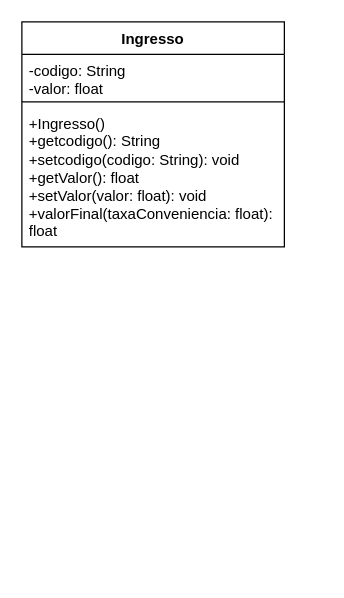
This is Reposicao1(Heranca_Poli)/Exercicio1_Ingresso/Exercicio1_Ingresso.drawio from Pedrh/POO, a draw.io file, before an edit. Source tidied: cells renumbered, new cells numbered last; positions are measured from the earlier drawing's top-left corner, leaving out a move shared by most shapes. Both pictures are drawn from the tidied source at 125%, with x=0, y=0 at pixel (21, 21).
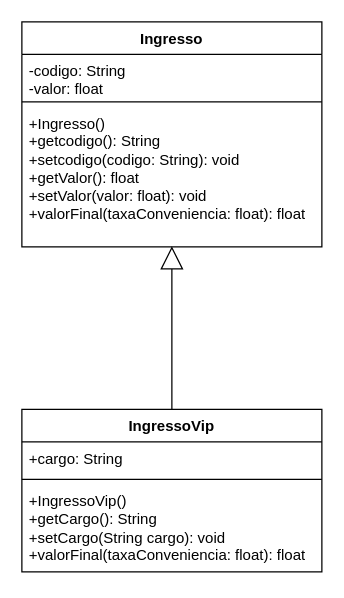
The same diagram, later.

What changed in the source:
```diff
@@
 <mxGraphModel>
   <root>
     <mxCell id="0" />
     <mxCell id="1" parent="0" />
     <mxCell id="2" value="Ingresso" style="swimlane;fontStyle=1;align=center;verticalAlign=top;horizontal=1;startSize=26;whiteSpace=wrap;html=1;" parent="1" vertex="1">
-      <mxGeometry width="210" height="180" as="geometry" />
+      <mxGeometry width="240" height="180" as="geometry" />
     </mxCell>
     <mxCell id="3" value="-codigo: String&lt;div&gt;-valor: float&lt;/div&gt;" style="text;strokeColor=none;fillColor=none;align=left;verticalAlign=top;spacingLeft=4;spacingRight=4;overflow=hidden;whiteSpace=wrap;html=1;" parent="2" vertex="1">
-      <mxGeometry y="26" width="210" height="34" as="geometry" />
+      <mxGeometry y="26" width="240" height="34" as="geometry" />
     </mxCell>
     <mxCell id="4" style="line;strokeWidth=1;fillColor=none;align=left;verticalAlign=middle;spacingTop=-1;spacingLeft=3;spacingRight=3;labelPosition=right;strokeColor=inherit;" parent="2" vertex="1">
-      <mxGeometry y="60" width="210" height="8" as="geometry" />
+      <mxGeometry y="60" width="240" height="8" as="geometry" />
     </mxCell>
     <mxCell id="5" value="+Ingresso()&lt;div&gt;+getcodigo(): String&lt;/div&gt;&lt;div&gt;+setcodigo(codigo: String): void&lt;/div&gt;&lt;div&gt;+getValor(): float&lt;/div&gt;&lt;div&gt;+setValor(valor: float): void&lt;/div&gt;&lt;div&gt;+valorFinal(taxaConveniencia: float): float&lt;/div&gt;" style="text;strokeColor=none;fillColor=none;align=left;verticalAlign=top;spacingLeft=4;spacingRight=4;overflow=hidden;points=[[0,0.5],[1,0.5]];portConstraint=eastwest;whiteSpace=wrap;html=1;" parent="2" vertex="1">
-      <mxGeometry y="68" width="210" height="112" as="geometry" />
+      <mxGeometry y="68" width="240" height="112" as="geometry" />
     </mxCell>
+    <mxCell id="6" value="IngressoVip" style="swimlane;fontStyle=1;align=center;verticalAlign=top;horizontal=1;startSize=26;whiteSpace=wrap;html=1;" parent="1" vertex="1">
+      <mxGeometry y="310" width="240" height="130" as="geometry" />
+    </mxCell>
+    <mxCell id="7" value="+cargo: String" style="text;strokeColor=none;fillColor=none;align=left;verticalAlign=top;spacingLeft=4;spacingRight=4;overflow=hidden;whiteSpace=wrap;html=1;" parent="6" vertex="1">
+      <mxGeometry y="26" width="240" height="26" as="geometry" />
+    </mxCell>
+    <mxCell id="8" style="line;strokeWidth=1;fillColor=none;align=left;verticalAlign=middle;spacingTop=-1;spacingLeft=3;spacingRight=3;labelPosition=right;strokeColor=inherit;" parent="6" vertex="1">
+      <mxGeometry y="52" width="240" height="8" as="geometry" />
+    </mxCell>
+    <mxCell id="9" value="+IngressoVip()&lt;div&gt;+getCargo(): String&lt;/div&gt;&lt;div&gt;+setCargo(String cargo): void&lt;/div&gt;&lt;div&gt;+valorFinal(taxaConveniencia: float): float&lt;br&gt;&lt;/div&gt;" style="text;strokeColor=none;fillColor=none;align=left;verticalAlign=top;spacingLeft=4;spacingRight=4;overflow=hidden;whiteSpace=wrap;html=1;" parent="6" vertex="1">
+      <mxGeometry y="60" width="240" height="70" as="geometry" />
+    </mxCell>
+    <mxCell id="10" style="endArrow=block;endSize=16;endFill=0;html=1;rounded=0;exitX=0.5;exitY=0;exitDx=0;exitDy=0;entryX=0.5;entryY=0.996;entryDx=0;entryDy=0;entryPerimeter=0;" parent="1" edge="1" source="6" target="5">
+      <mxGeometry relative="1" as="geometry" />
+    </mxCell>
   </root>
 </mxGraphModel>
```
